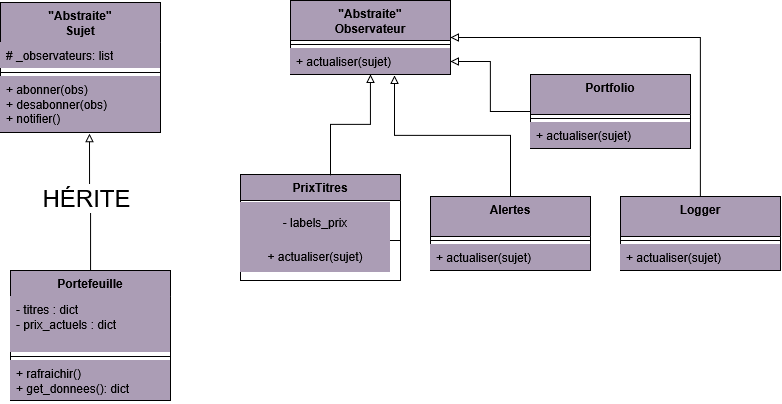
This is UML.png from Samymeridji/420-3D3-TP1-A26, a draw.io export, as it was before one commit. Source tidied: cells renumbered, new cells last; positions are measured from the earlier drawing's top-left corner, leaving out a move shared by most shapes.
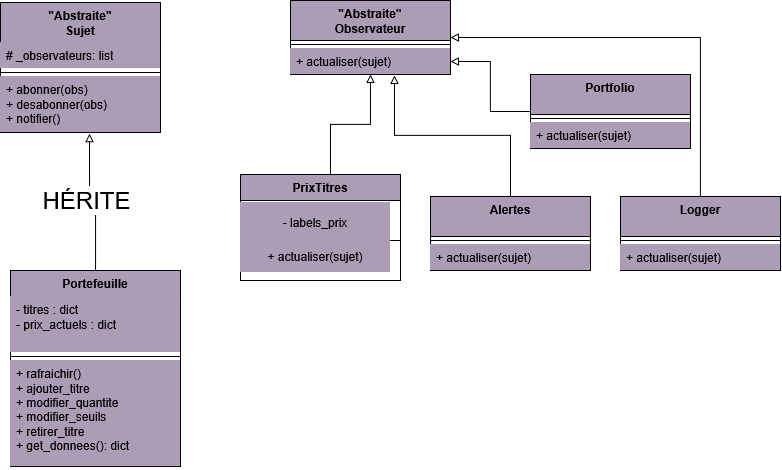
After the commit.

Commit message:
mise a jour du  UML.png  et ajout des commentaires afin de clarifier les codes et de préciser la responsabilité de chaque observateur

Change to the diagram source:
```diff
@@ -15,16 +15,16 @@
       <mxGeometry y="74" width="160" height="56" as="geometry" />
     </mxCell>
     <mxCell id="6" value="Portefeuille" style="swimlane;fontStyle=1;align=center;verticalAlign=top;horizontal=1;startSize=26;whiteSpace=wrap;html=1;fillColor=#AB9DB5;" parent="1" vertex="1">
-      <mxGeometry x="10" y="270" width="160" height="130" as="geometry" />
+      <mxGeometry x="10" y="270" width="170" height="196" as="geometry" />
     </mxCell>
     <mxCell id="7" value="&lt;div&gt;- titres : dict&lt;/div&gt;&lt;div&gt;- prix_actuels : dict&lt;/div&gt;" style="text;strokeColor=none;fillColor=#AB9DB5;align=left;verticalAlign=top;spacingLeft=4;spacingRight=4;overflow=hidden;whiteSpace=wrap;html=1;" parent="6" vertex="1">
-      <mxGeometry y="26" width="160" height="56" as="geometry" />
+      <mxGeometry y="26" width="170" height="56" as="geometry" />
     </mxCell>
     <mxCell id="8" style="line;strokeWidth=1;fillColor=none;align=left;verticalAlign=middle;spacingTop=-1;spacingLeft=3;spacingRight=3;labelPosition=right;strokeColor=inherit;" parent="6" vertex="1">
-      <mxGeometry y="82" width="160" height="8" as="geometry" />
+      <mxGeometry y="82" width="170" height="8" as="geometry" />
     </mxCell>
-    <mxCell id="9" value="+ rafraichir()&lt;div&gt;+ get_donnees(): dict&lt;/div&gt;&lt;div&gt;&lt;br&gt;&lt;/div&gt;" style="text;strokeColor=none;fillColor=#AB9DB5;align=left;verticalAlign=top;spacingLeft=4;spacingRight=4;overflow=hidden;whiteSpace=wrap;html=1;" parent="6" vertex="1">
-      <mxGeometry y="90" width="160" height="40" as="geometry" />
+    <mxCell id="9" value="&lt;div&gt;+ rafraichir()&lt;/div&gt;&lt;div&gt;+ ajouter_titre&lt;/div&gt;&lt;div&gt;+ modifier_quantite&lt;/div&gt;&lt;div&gt;+ modifier_seuils&lt;/div&gt;&lt;div&gt;+ retirer_titre&lt;/div&gt;&lt;div&gt;+ get_donnees(): dict&lt;/div&gt;&lt;div&gt;&lt;br&gt;&lt;/div&gt;" style="text;strokeColor=none;fillColor=#AB9DB5;align=left;verticalAlign=top;spacingLeft=4;spacingRight=4;overflow=hidden;whiteSpace=wrap;html=1;" parent="6" vertex="1">
+      <mxGeometry y="90" width="170" height="106" as="geometry" />
     </mxCell>
     <mxCell id="10" style="edgeStyle=orthogonalEdgeStyle;rounded=0;jettySize=auto;html=1;exitX=0.5;exitY=0;exitDx=0;exitDy=0;entryX=0.556;entryY=1.018;entryDx=0;entryDy=0;entryPerimeter=0;endArrow=block;endFill=0;" parent="1" edge="1" source="6" target="5">
       <mxGeometry relative="1" as="geometry" />
@@ -68,7 +68,7 @@
     <mxCell id="23" style="edgeStyle=orthogonalEdgeStyle;rounded=0;jettySize=auto;html=1;exitX=0.5;exitY=0;exitDx=0;exitDy=0;entryX=0.65;entryY=1.038;entryDx=0;entryDy=0;entryPerimeter=0;endArrow=block;endFill=0;" parent="1" edge="1" source="19" target="14">
       <mxGeometry relative="1" as="geometry" />
     </mxCell>
-    <mxCell id="24" style="edgeStyle=orthogonalEdgeStyle;rounded=0;jettySize=auto;html=1;exitX=0.5;exitY=0;exitDx=0;exitDy=0;entryX=1;entryY=0.5;entryDx=0;entryDy=0;endArrow=block;endFill=0;" parent="1" edge="1" source="25" target="12">
+    <mxCell id="24" style="edgeStyle=orthogonalEdgeStyle;rounded=0;jettySize=auto;html=1;exitX=0.5;exitY=0;exitDx=0;exitDy=0;entryX=1;entryY=0.5;entryDx=0;entryDy=0;endArrow=block;endFill=0;strokeWidth=1;" parent="1" edge="1" source="25" target="12">
       <mxGeometry relative="1" as="geometry" />
     </mxCell>
     <mxCell id="25" value="Logger" style="swimlane;fontStyle=1;align=center;verticalAlign=top;horizontal=1;startSize=40;whiteSpace=wrap;html=1;fillColor=#AB9DB5;" parent="1" vertex="1">
```
